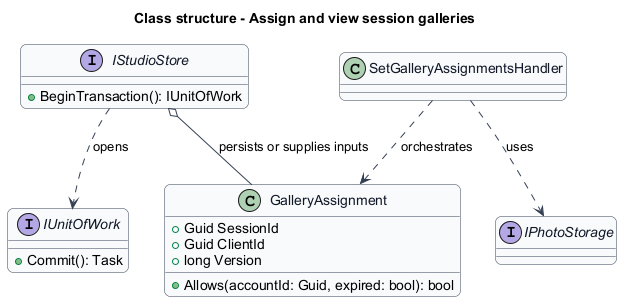
QuinntyneBrown/quinntyne-brown-studio keeps this PlantUML diagram as docs/detailed-designs/client-access/assign-and-view-session-galleries/diagrams/class-structure.png. Above is the earlier version. Its diagram source:
```plantuml
@startuml
skinparam backgroundColor #FFFFFF
skinparam shadowing false
skinparam roundcorner 12
skinparam defaultFontName Arial
skinparam ArrowColor #344054
skinparam rectangle {
  BorderColor #344054
  FontColor #101828
}
skinparam package {
  BorderColor #667085
  FontColor #101828
  BackgroundColor #F9FAFB
}
title Class structure - Assign and view session galleries
skinparam class {
 BorderColor #344054
 FontColor #101828
 BackgroundColor #F9FAFB
}
class GalleryAssignment {
 +Guid SessionId
 +Guid ClientId
 +long Version
 +Allows(accountId: Guid, expired: bool): bool
}
interface IStudioStore {
 +BeginTransaction(): IUnitOfWork
}
interface IUnitOfWork {
 +Commit(): Task
}
IStudioStore ..> IUnitOfWork : opens
IStudioStore o-- GalleryAssignment : persists or supplies inputs
interface IPhotoStorage
class SetGalleryAssignmentsHandler
SetGalleryAssignmentsHandler ..> IPhotoStorage : uses
SetGalleryAssignmentsHandler ..> GalleryAssignment : orchestrates
@enduml
```
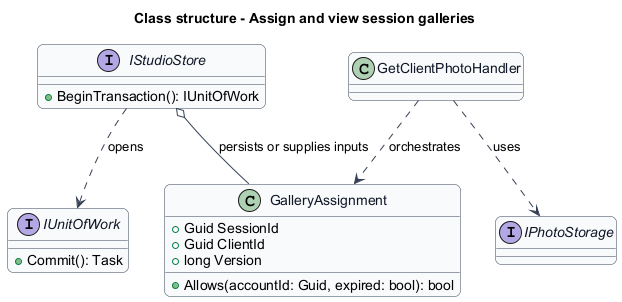
After the commit.

The edit, as a diff of the source:
```diff
@@ -34,7 +34,7 @@
 IStudioStore ..> IUnitOfWork : opens
 IStudioStore o-- GalleryAssignment : persists or supplies inputs
 interface IPhotoStorage
-class SetGalleryAssignmentsHandler
-SetGalleryAssignmentsHandler ..> IPhotoStorage : uses
-SetGalleryAssignmentsHandler ..> GalleryAssignment : orchestrates
+class GetClientPhotoHandler
+GetClientPhotoHandler ..> IPhotoStorage : uses
+GetClientPhotoHandler ..> GalleryAssignment : orchestrates
 @enduml
```
